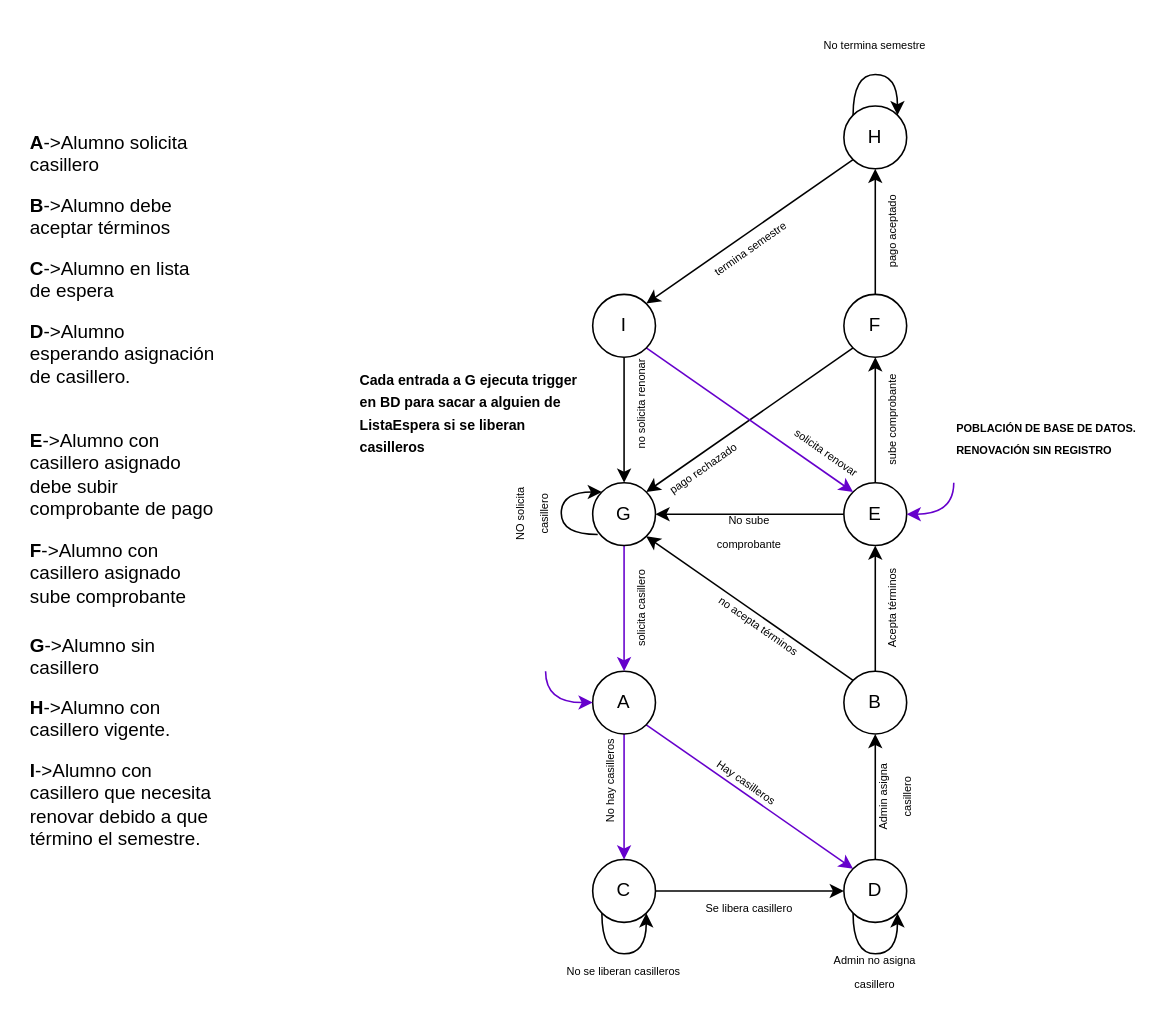
Earlier version of the draw.io diagram page "sistema-locker" (7 of 8) of db/diagramasBD.drawio (yaeef/Proyecto-locker). Source tidied: cells renumbered, new cells numbered last; positions are measured from the earlier drawing's top-left corner, leaving out a move shared by most shapes. Both pictures are drawn from the tidied source at 157%, with x=0, y=0 at pixel (27, 27).
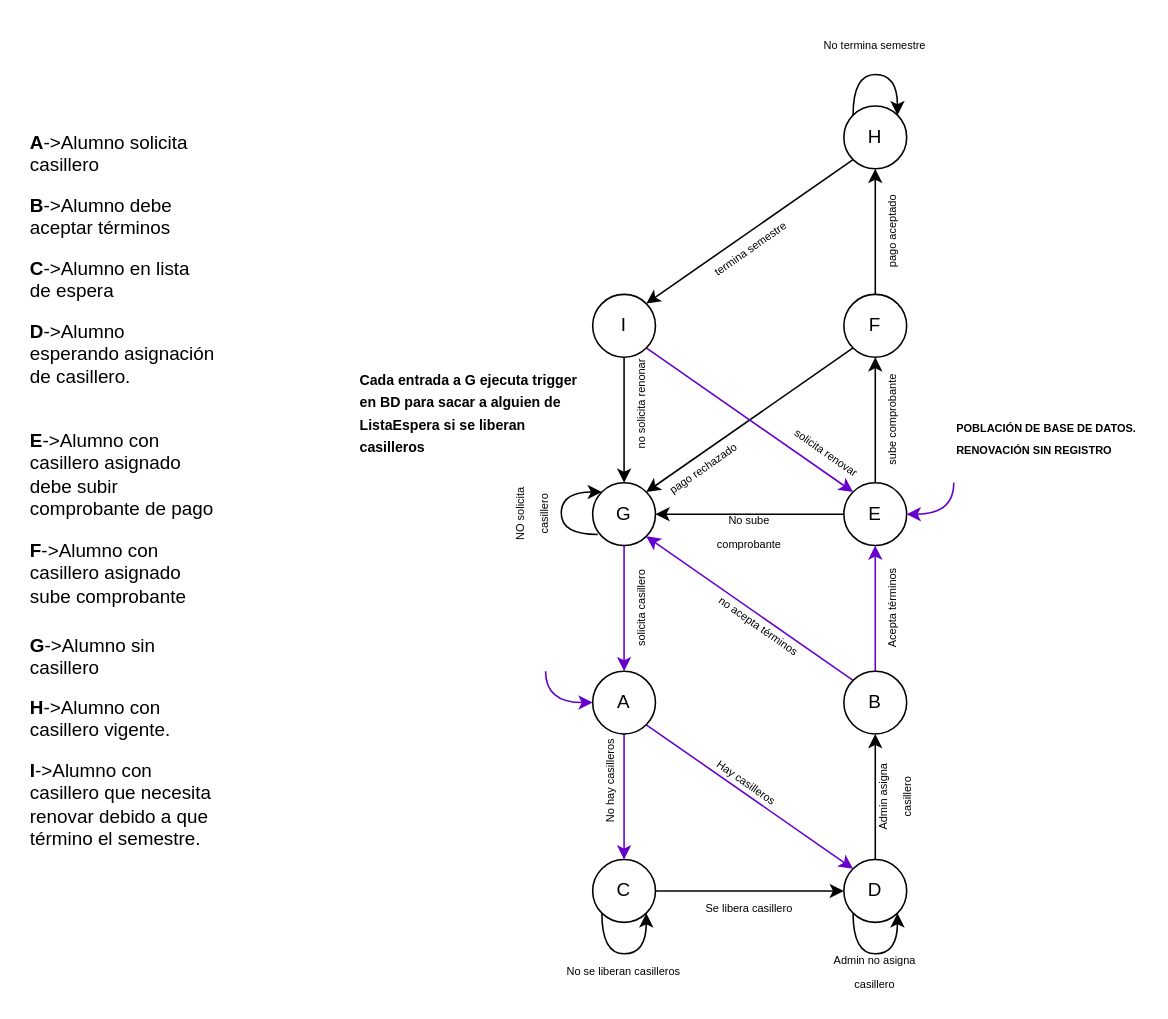
The same page after the edit.

The change refers to these unchanged cells:
```xml
<mxCell id="7" value="B" style="ellipse;whiteSpace=wrap;html=1;" parent="1" vertex="1">
  <mxGeometry x="520" y="410" width="40" height="40" as="geometry" />
</mxCell>
<mxCell id="18" value="E" style="ellipse;whiteSpace=wrap;html=1;" parent="1" vertex="1">
  <mxGeometry x="520" y="290" width="40" height="40" as="geometry" />
</mxCell>
<mxCell id="25" value="G" style="ellipse;whiteSpace=wrap;html=1;" parent="1" vertex="1">
  <mxGeometry x="360" y="290" width="40" height="40" as="geometry" />
</mxCell>
```

The edit, as a diff of the source:
```diff
@@
-    <mxCell id="5" style="edgeStyle=orthogonalEdgeStyle;rounded=0;jettySize=auto;html=1;exitX=0.5;exitY=0;exitDx=0;exitDy=0;entryX=0.5;entryY=1;entryDx=0;entryDy=0;" parent="1" edge="1" source="7" target="18">
+    <mxCell id="5" style="edgeStyle=orthogonalEdgeStyle;rounded=0;jettySize=auto;html=1;exitX=0.5;exitY=0;exitDx=0;exitDy=0;entryX=0.5;entryY=1;entryDx=0;entryDy=0;strokeColor=#6600CC;" parent="1" edge="1" source="7" target="18">
       <mxGeometry relative="1" as="geometry" />
     </mxCell>
-    <mxCell id="6" style="rounded=0;jettySize=auto;html=1;exitX=0;exitY=0;exitDx=0;exitDy=0;entryX=1;entryY=1;entryDx=0;entryDy=0;" parent="1" edge="1" source="7" target="25">
+    <mxCell id="6" style="rounded=0;jettySize=auto;html=1;exitX=0;exitY=0;exitDx=0;exitDy=0;entryX=1;entryY=1;entryDx=0;entryDy=0;strokeColor=#6600CC;" parent="1" edge="1" source="7" target="25">
       <mxGeometry relative="1" as="geometry" />
     </mxCell>
```
